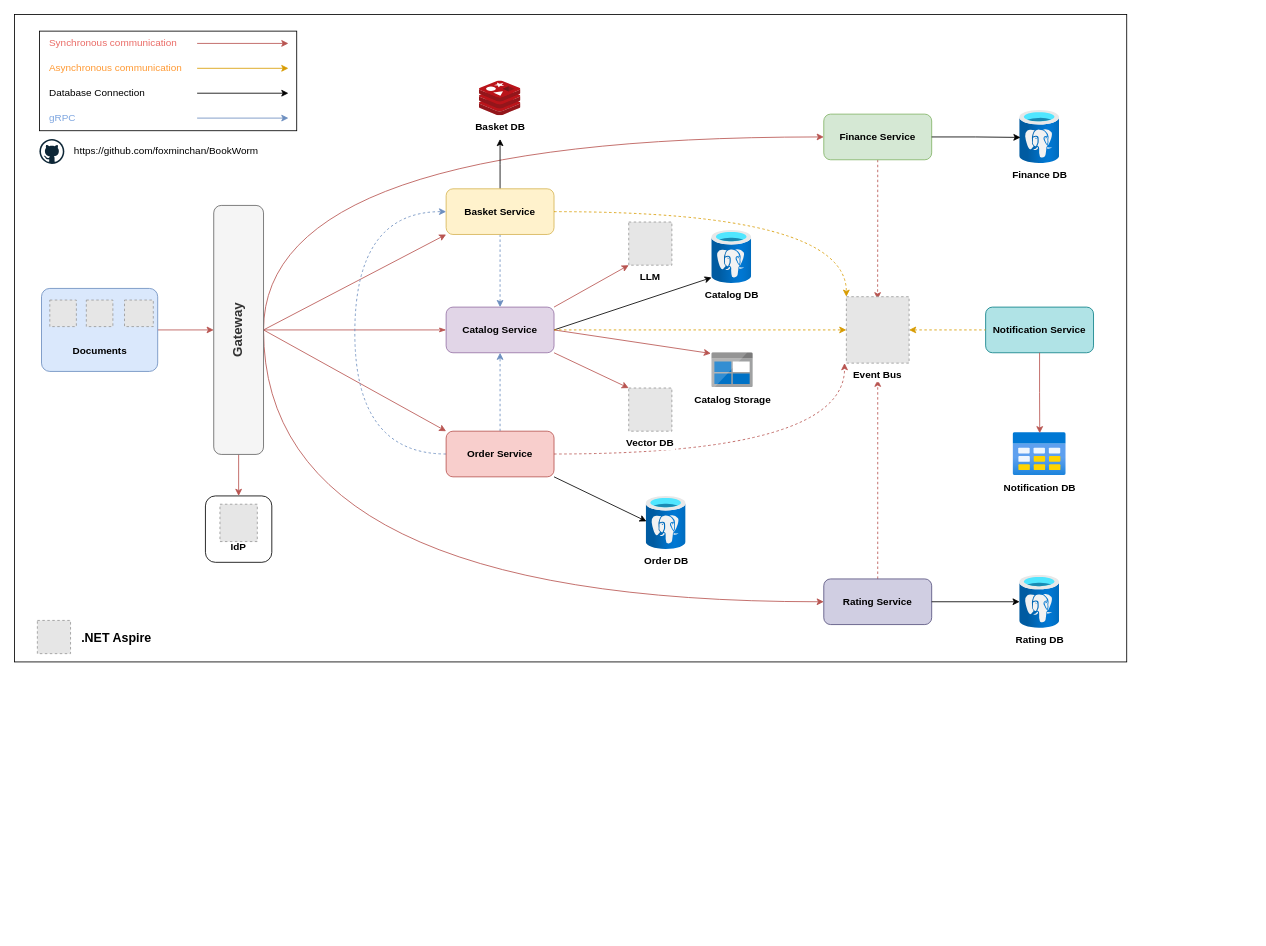
This is assets/BookWorm.drawio from foxminchan/BookWorm, a draw.io file, before an edit. Source tidied: cells renumbered, new cells numbered last; positions are measured from the earlier drawing's top-left corner, leaving out a move shared by most shapes. Both pictures are drawn from the tidied source at 83%, with x=0, y=0 at pixel (14, 14). Pictures stored in the file or linked from it are replaced by grey dashed boxes.
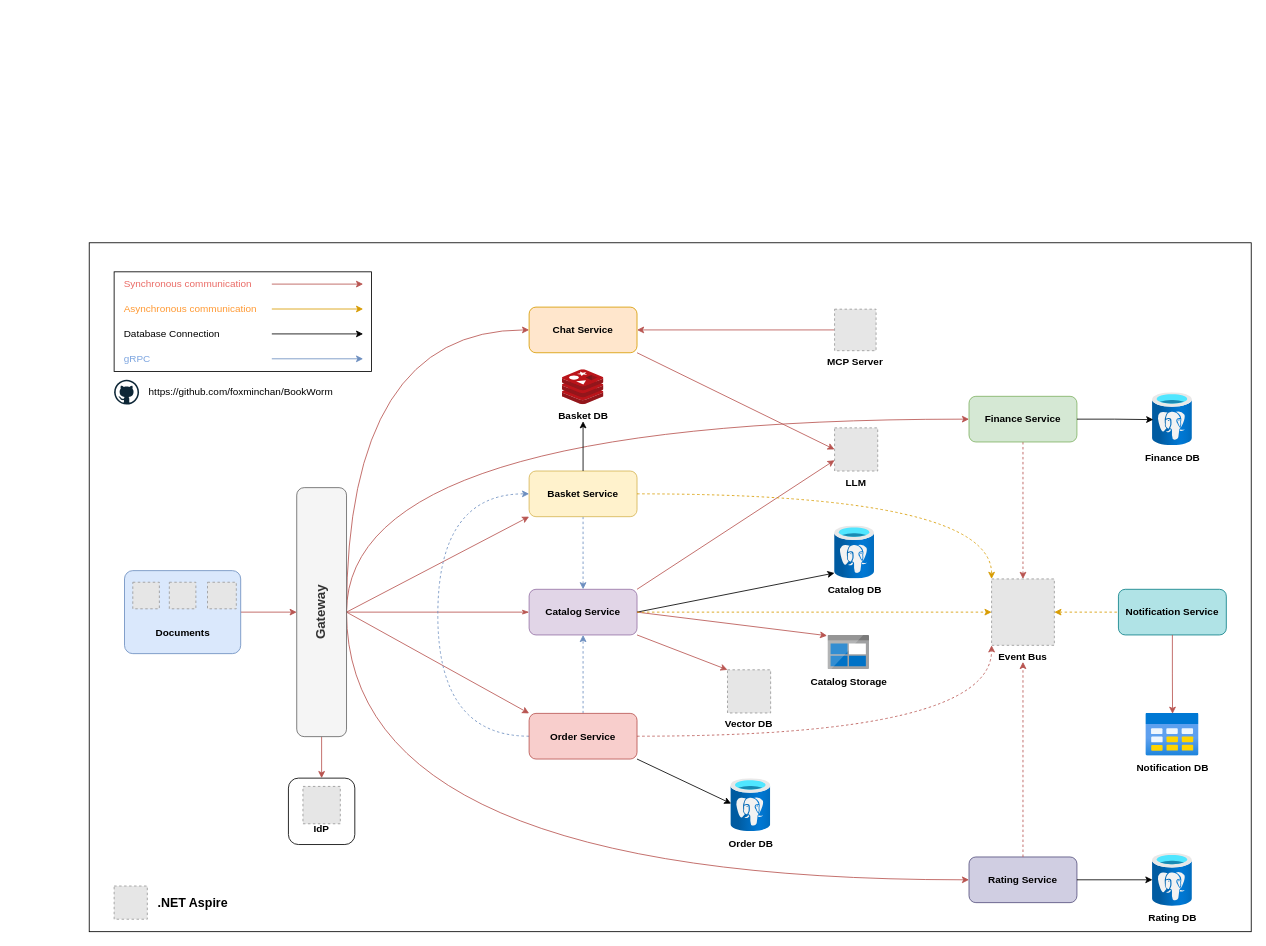
Above is the later version.

What changed in the source:
```diff
@@
     <mxCell id="2" style="rounded=0;whiteSpace=wrap;html=1;" parent="1" vertex="1">
-      <mxGeometry width="1340" height="780" as="geometry" />
+      <mxGeometry x="90" y="275" width="1400" height="830" as="geometry" />
     </mxCell>
@@
     <mxCell id="7" style="edgeStyle=orthogonalEdgeStyle;rounded=0;jettySize=auto;html=1;exitX=0;exitY=0.5;exitDx=0;exitDy=0;entryX=0;entryY=0.5;entryDx=0;entryDy=0;curved=1;fillColor=#f8cecc;strokeColor=#b85450;" parent="1" edge="1" source="9" target="31">
       <mxGeometry relative="1" as="geometry">
         <Array as="points">
-          <mxPoint x="300" y="148" />
+          <mxPoint x="400" y="488" />
         </Array>
       </mxGeometry>
     </mxCell>
     <mxCell id="8" style="edgeStyle=orthogonalEdgeStyle;rounded=0;jettySize=auto;html=1;exitX=0;exitY=0.5;exitDx=0;exitDy=0;entryX=0;entryY=0.5;entryDx=0;entryDy=0;curved=1;fillColor=#f8cecc;strokeColor=#b85450;" parent="1" edge="1" source="9" target="33">
       <mxGeometry relative="1" as="geometry">
         <Array as="points">
-          <mxPoint x="300" y="708" />
+          <mxPoint x="400" y="1043" />
         </Array>
       </mxGeometry>
     </mxCell>
+    <mxCell id="68" style="edgeStyle=orthogonalEdgeStyle;rounded=0;jettySize=auto;html=1;exitX=0;exitY=0.5;exitDx=0;exitDy=0;entryX=0;entryY=0.5;entryDx=0;entryDy=0;curved=1;fillColor=#f8cecc;strokeColor=#b85450;" parent="1" edge="1" source="9" target="71">
+      <mxGeometry relative="1" as="geometry">
+        <Array as="points">
+          <mxPoint x="400" y="380" />
+        </Array>
+      </mxGeometry>
+    </mxCell>
     <mxCell id="9" value="&lt;font style=&quot;font-size: 16px;&quot;&gt;Gateway&lt;/font&gt;" style="rounded=1;whiteSpace=wrap;html=1;fontStyle=1;textDirection=vertical-rl;rotation=-180;fillColor=#f5f5f5;strokeColor=#666666;fontColor=#333333;" parent="1" vertex="1">
-      <mxGeometry x="240" y="230" width="60" height="300" as="geometry" />
+      <mxGeometry x="340" y="570" width="60" height="300" as="geometry" />
     </mxCell>
@@
-    <mxCell id="11" style="rounded=0;jettySize=auto;html=1;exitX=1;exitY=0;exitDx=0;exitDy=0;entryX=0;entryY=1;entryDx=0;entryDy=0;fillColor=#f8cecc;strokeColor=#b85450;" parent="1" edge="1" source="12" target="43">
+    <mxCell id="11" style="rounded=0;jettySize=auto;html=1;exitX=1;exitY=0;exitDx=0;exitDy=0;entryX=0;entryY=0.75;entryDx=0;entryDy=0;fillColor=#f8cecc;strokeColor=#b85450;" parent="1" edge="1" source="12" target="43">
       <mxGeometry relative="1" as="geometry" />
     </mxCell>
     <mxCell id="12" value="Catalog Service" style="rounded=1;whiteSpace=wrap;html=1;fontStyle=1;fillColor=#e1d5e7;strokeColor=#9673a6;" parent="1" vertex="1">
-      <mxGeometry x="520" y="352.5" width="130" height="55" as="geometry" />
+      <mxGeometry x="620" y="692.5" width="130" height="55" as="geometry" />
     </mxCell>
     <mxCell id="13" value="Catalog DB" style="image;html=1;points=[];align=center;fontSize=12;image=img/lib/azure2/databases/Azure_Database_PostgreSQL_Server.svg;fontStyle=1;" parent="1" vertex="1">
-      <mxGeometry x="840" y="260" width="48" height="64" as="geometry" />
+      <mxGeometry x="988" y="616" width="48" height="64" as="geometry" />
     </mxCell>
@@
     <mxCell id="15" value="Catalog Storage" style="image;sketch=0;html=1;points=[];align=center;fontSize=12;image=img/lib/mscae/BlobBlock.svg;fontStyle=1;" parent="1" vertex="1">
-      <mxGeometry x="840" y="407.5" width="50" height="42" as="geometry" />
+      <mxGeometry x="980" y="747.5" width="50" height="42" as="geometry" />
     </mxCell>
@@
     <mxCell id="17" value="&lt;div&gt;&lt;b&gt;&lt;br&gt;&lt;/b&gt;&lt;/div&gt;&lt;b&gt;&lt;div&gt;&lt;b&gt;&lt;br&gt;&lt;/b&gt;&lt;/div&gt;&lt;div&gt;&lt;b&gt;&lt;br&gt;&lt;/b&gt;&lt;/div&gt;IdP&lt;/b&gt;" style="rounded=1;whiteSpace=wrap;html=1;" parent="1" vertex="1">
-      <mxGeometry x="230" y="580" width="80" height="80" as="geometry" />
+      <mxGeometry x="330" y="920" width="80" height="80" as="geometry" />
     </mxCell>
     <mxCell id="18" style="fillColor=#E6E6E6;strokeColor=#999999;dashed=1;verticalLabelPosition=bottom;labelBackgroundColor=default;verticalAlign=top;" parent="1" vertex="1">
-      <mxGeometry x="247.5" y="590" width="45" height="45" as="geometry" />
+      <mxGeometry x="347.5" y="930" width="45" height="45" as="geometry" />
     </mxCell>
@@
-    <mxCell id="20" style="edgeStyle=orthogonalEdgeStyle;rounded=0;jettySize=auto;html=1;exitX=0.5;exitY=0;exitDx=0;exitDy=0;" parent="1" edge="1" source="21">
-      <mxGeometry relative="1" as="geometry">
-        <mxPoint x="585" y="150" as="targetPoint" />
-      </mxGeometry>
-    </mxCell>
     <mxCell id="21" value="Basket Service" style="rounded=1;whiteSpace=wrap;html=1;fontStyle=1;fillColor=#fff2cc;strokeColor=#d6b656;" parent="1" vertex="1">
-      <mxGeometry x="520" y="210" width="130" height="55" as="geometry" />
+      <mxGeometry x="620" y="550" width="130" height="55" as="geometry" />
     </mxCell>
@@
     <mxCell id="23" style="edgeStyle=orthogonalEdgeStyle;rounded=0;jettySize=auto;html=1;exitX=0;exitY=0.5;exitDx=0;exitDy=0;entryX=0;entryY=0.5;entryDx=0;entryDy=0;fillColor=#dae8fc;strokeColor=#6c8ebf;dashed=1;curved=1;" parent="1" edge="1" source="24" target="21">
       <mxGeometry relative="1" as="geometry">
         <Array as="points">
-          <mxPoint x="410" y="530" />
-          <mxPoint x="410" y="238" />
+          <mxPoint x="510" y="870" />
+          <mxPoint x="510" y="578" />
         </Array>
       </mxGeometry>
     </mxCell>
     <mxCell id="24" value="Order Service" style="rounded=1;whiteSpace=wrap;html=1;fontStyle=1;fillColor=#f8cecc;strokeColor=#b85450;" parent="1" vertex="1">
-      <mxGeometry x="520" y="502" width="130" height="55" as="geometry" />
+      <mxGeometry x="620" y="842" width="130" height="55" as="geometry" />
     </mxCell>
     <mxCell id="25" value="Order DB" style="image;html=1;points=[];align=center;fontSize=12;image=img/lib/azure2/databases/Azure_Database_PostgreSQL_Server.svg;fontStyle=1;" parent="1" vertex="1">
-      <mxGeometry x="761" y="580.5" width="48" height="64" as="geometry" />
+      <mxGeometry x="863" y="920.5" width="48" height="64" as="geometry" />
     </mxCell>
@@
-    <mxCell id="29" style="rounded=0;jettySize=auto;html=1;exitX=1;exitY=0.5;exitDx=0;exitDy=0;fillColor=#f8cecc;strokeColor=#b85450;dashed=1;edgeStyle=orthogonalEdgeStyle;curved=1;" parent="1" edge="1" source="24">
-      <mxGeometry relative="1" as="geometry">
-        <mxPoint x="1000" y="420" as="targetPoint" />
-      </mxGeometry>
+    <mxCell id="29" style="rounded=0;jettySize=auto;html=1;exitX=1;exitY=0.5;exitDx=0;exitDy=0;fillColor=#f8cecc;strokeColor=#b85450;dashed=1;edgeStyle=orthogonalEdgeStyle;curved=1;entryX=0;entryY=1;entryDx=0;entryDy=0;" parent="1" edge="1" source="24" target="44">
+      <mxGeometry relative="1" as="geometry" />
     </mxCell>
-    <mxCell id="30" style="edgeStyle=orthogonalEdgeStyle;rounded=0;jettySize=auto;html=1;fillColor=#f8cecc;strokeColor=#b85450;dashed=1;exitX=0.5;exitY=1;exitDx=0;exitDy=0;entryX=0.498;entryY=0.039;entryDx=0;entryDy=0;entryPerimeter=0;" parent="1" edge="1" source="31" target="44">
+    <mxCell id="30" style="edgeStyle=orthogonalEdgeStyle;rounded=0;jettySize=auto;html=1;fillColor=#f8cecc;strokeColor=#b85450;dashed=1;exitX=0.5;exitY=1;exitDx=0;exitDy=0;entryX=0.5;entryY=0;entryDx=0;entryDy=0;" parent="1" edge="1" source="31" target="44">
       <mxGeometry relative="1" as="geometry" />
     </mxCell>
     <mxCell id="31" value="Finance Service" style="rounded=1;whiteSpace=wrap;html=1;fontStyle=1;fillColor=#d5e8d4;strokeColor=#82b366;" parent="1" vertex="1">
-      <mxGeometry x="975" y="120" width="130" height="55" as="geometry" />
+      <mxGeometry x="1150" y="460" width="130" height="55" as="geometry" />
     </mxCell>
-    <mxCell id="32" style="edgeStyle=orthogonalEdgeStyle;rounded=0;jettySize=auto;html=1;exitX=0.5;exitY=0;exitDx=0;exitDy=0;fillColor=#f8cecc;strokeColor=#b85450;dashed=1;" parent="1" edge="1" source="33">
-      <mxGeometry relative="1" as="geometry">
-        <mxPoint x="1040" y="440" as="targetPoint" />
-      </mxGeometry>
-    </mxCell>
     <mxCell id="33" value="Rating Service" style="rounded=1;whiteSpace=wrap;html=1;fontStyle=1;fillColor=#d0cee2;strokeColor=#56517e;" parent="1" vertex="1">
-      <mxGeometry x="975" y="680" width="130" height="55" as="geometry" />
+      <mxGeometry x="1150" y="1015" width="130" height="55" as="geometry" />
     </mxCell>
@@
     <mxCell id="35" value="Finance DB" style="image;html=1;points=[];align=center;fontSize=12;image=img/lib/azure2/databases/Azure_Database_PostgreSQL_Server.svg;fontStyle=1;" parent="1" vertex="1">
-      <mxGeometry x="1211" y="115.5" width="48" height="64" as="geometry" />
+      <mxGeometry x="1371" y="455.5" width="48" height="64" as="geometry" />
     </mxCell>
@@
     <mxCell id="37" value="&lt;b&gt;Basket DB&lt;/b&gt;" style="image;sketch=0;html=1;align=center;fontSize=12;image=img/lib/mscae/Cache_Redis_Product.svg;" parent="1" vertex="1">
-      <mxGeometry x="560" y="80" width="50" height="42" as="geometry" />
+      <mxGeometry x="660" y="428" width="50" height="42" as="geometry" />
     </mxCell>
     <mxCell id="38" value="Vector DB" style="fillColor=#E6E6E6;strokeColor=#999999;dashed=1;verticalLabelPosition=bottom;labelBackgroundColor=default;verticalAlign=top;fontStyle=1;" parent="1" vertex="1">
-      <mxGeometry x="740" y="450" width="52" height="52" as="geometry" />
+      <mxGeometry x="859" y="789.5" width="52" height="52" as="geometry" />
     </mxCell>
     <mxCell id="39" style="fillColor=#E6E6E6;strokeColor=#999999;dashed=1;verticalLabelPosition=bottom;labelBackgroundColor=default;verticalAlign=top;" parent="1" vertex="1">
-      <mxGeometry x="27.5" y="730" width="40" height="40" as="geometry" />
+      <mxGeometry x="120" y="1050" width="40" height="40" as="geometry" />
     </mxCell>
     <mxCell id="40" value="&lt;font style=&quot;font-size: 15px;&quot;&gt;.NET Aspire&lt;/font&gt;" style="text;html=1;align=center;verticalAlign=middle;whiteSpace=wrap;rounded=0;fontStyle=1;" parent="1" vertex="1">
-      <mxGeometry x="72.5" y="735" width="100" height="30" as="geometry" />
+      <mxGeometry x="165" y="1055" width="100" height="30" as="geometry" />
     </mxCell>
     <mxCell id="41" value="Notification Service" style="rounded=1;whiteSpace=wrap;html=1;fontStyle=1;fillColor=#b0e3e6;strokeColor=#0e8088;" parent="1" vertex="1">
-      <mxGeometry x="1170" y="352.5" width="130" height="55" as="geometry" />
+      <mxGeometry x="1330" y="692.5" width="130" height="55" as="geometry" />
     </mxCell>
@@
     <mxCell id="43" value="LLM" style="fillColor=#E6E6E6;strokeColor=#999999;dashed=1;verticalLabelPosition=bottom;labelBackgroundColor=default;verticalAlign=top;fontStyle=1;" parent="1" vertex="1">
-      <mxGeometry x="740" y="250" width="52" height="52" as="geometry" />
+      <mxGeometry x="988" y="498" width="52" height="52" as="geometry" />
     </mxCell>
     <mxCell id="44" value="Event Bus" style="fillColor=#E6E6E6;strokeColor=#999999;dashed=1;verticalLabelPosition=bottom;labelBackgroundColor=default;verticalAlign=top;fontStyle=1;" parent="1" vertex="1">
-      <mxGeometry x="1002.2" y="340" width="75.6" height="80" as="geometry" />
+      <mxGeometry x="1177.2" y="680" width="75.6" height="80" as="geometry" />
     </mxCell>
     <mxCell id="45" style="group;" parent="1" vertex="1">
-      <mxGeometry x="30" y="20" width="310" height="160" as="geometry" />
+      <mxGeometry x="120" y="310" width="310" height="160" as="geometry" />
     </mxCell>
@@
     <mxCell id="59" style="group;" parent="1" vertex="1">
-      <mxGeometry x="32.5" y="330" width="140" height="100" as="geometry" />
+      <mxGeometry x="132.5" y="670" width="140" height="100" as="geometry" />
     </mxCell>
@@
     <mxCell id="65" value="Rating DB" style="image;html=1;points=[];align=center;fontSize=12;image=img/lib/azure2/databases/Azure_Database_PostgreSQL_Server.svg;fontStyle=1;" parent="1" vertex="1">
-      <mxGeometry x="1211" y="675.5" width="48" height="64" as="geometry" />
+      <mxGeometry x="1371" y="1010.5" width="48" height="64" as="geometry" />
     </mxCell>
     <mxCell id="66" value="&lt;b&gt;Notification DB&lt;/b&gt;" style="image;html=1;points=[];align=center;fontSize=12;image=img/lib/azure2/general/Table.svg;" parent="1" vertex="1">
-      <mxGeometry x="1203" y="503.5" width="64" height="52" as="geometry" />
+      <mxGeometry x="1363" y="841.5" width="64" height="52" as="geometry" />
     </mxCell>
@@
+    <mxCell id="69" style="edgeStyle=orthogonalEdgeStyle;rounded=0;jettySize=auto;html=1;exitX=1;exitY=0.5;exitDx=0;exitDy=0;entryX=0;entryY=0.5;entryDx=0;entryDy=0;startArrow=classic;startFill=1;endArrow=none;fillColor=#f8cecc;strokeColor=#b85450;" parent="1" edge="1" source="71" target="72">
+      <mxGeometry relative="1" as="geometry" />
+    </mxCell>
+    <mxCell id="70" style="rounded=0;jettySize=auto;html=1;exitX=1;exitY=1;exitDx=0;exitDy=0;fillColor=#f8cecc;strokeColor=#b85450;entryX=0;entryY=0.5;entryDx=0;entryDy=0;" parent="1" edge="1" source="71" target="43">
+      <mxGeometry relative="1" as="geometry" />
+    </mxCell>
+    <mxCell id="71" value="Chat Service" style="rounded=1;whiteSpace=wrap;html=1;fontStyle=1;fillColor=#ffe6cc;strokeColor=#d79b00;" parent="1" vertex="1">
+      <mxGeometry x="620" y="352.5" width="130" height="55" as="geometry" />
+    </mxCell>
+    <mxCell id="72" value="MCP Server" style="fillColor=#E6E6E6;strokeColor=#999999;dashed=1;verticalLabelPosition=bottom;labelBackgroundColor=default;verticalAlign=top;fontStyle=1;" parent="1" vertex="1">
+      <mxGeometry x="988" y="355" width="50" height="50" as="geometry" />
+    </mxCell>
+    <mxCell id="20" style="rounded=0;jettySize=auto;html=1;exitX=0.5;exitY=0;exitDx=0;exitDy=0;" parent="1" edge="1" source="21">
+      <mxGeometry relative="1" as="geometry">
+        <mxPoint x="685" y="490" as="targetPoint" />
+      </mxGeometry>
+    </mxCell>
+    <mxCell id="32" style="edgeStyle=orthogonalEdgeStyle;rounded=0;jettySize=auto;html=1;exitX=0.5;exitY=0;exitDx=0;exitDy=0;fillColor=#f8cecc;strokeColor=#b85450;dashed=1;" parent="1" edge="1" source="33">
+      <mxGeometry relative="1" as="geometry">
+        <mxPoint x="1215" y="780" as="targetPoint" />
+      </mxGeometry>
+    </mxCell>
```
